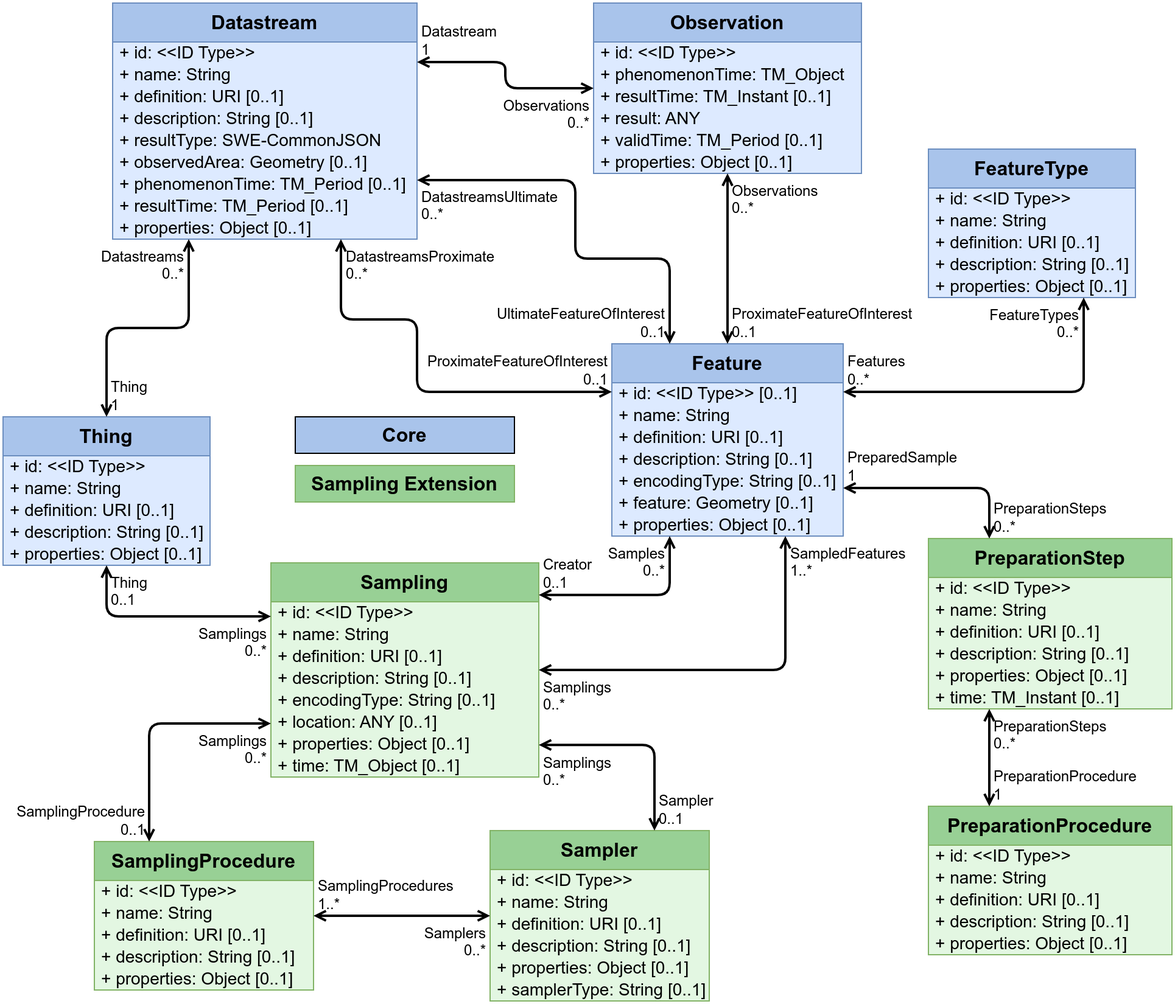
Earlier version of the draw.io export figures/Datamodel-SensorThingsApi-V2-Sampling.drawio.png (opengeospatial/sensorthings). Source tidied: cells renumbered, new cells last; positions are measured from the earlier drawing's top-left corner, leaving out a move shared by most shapes.
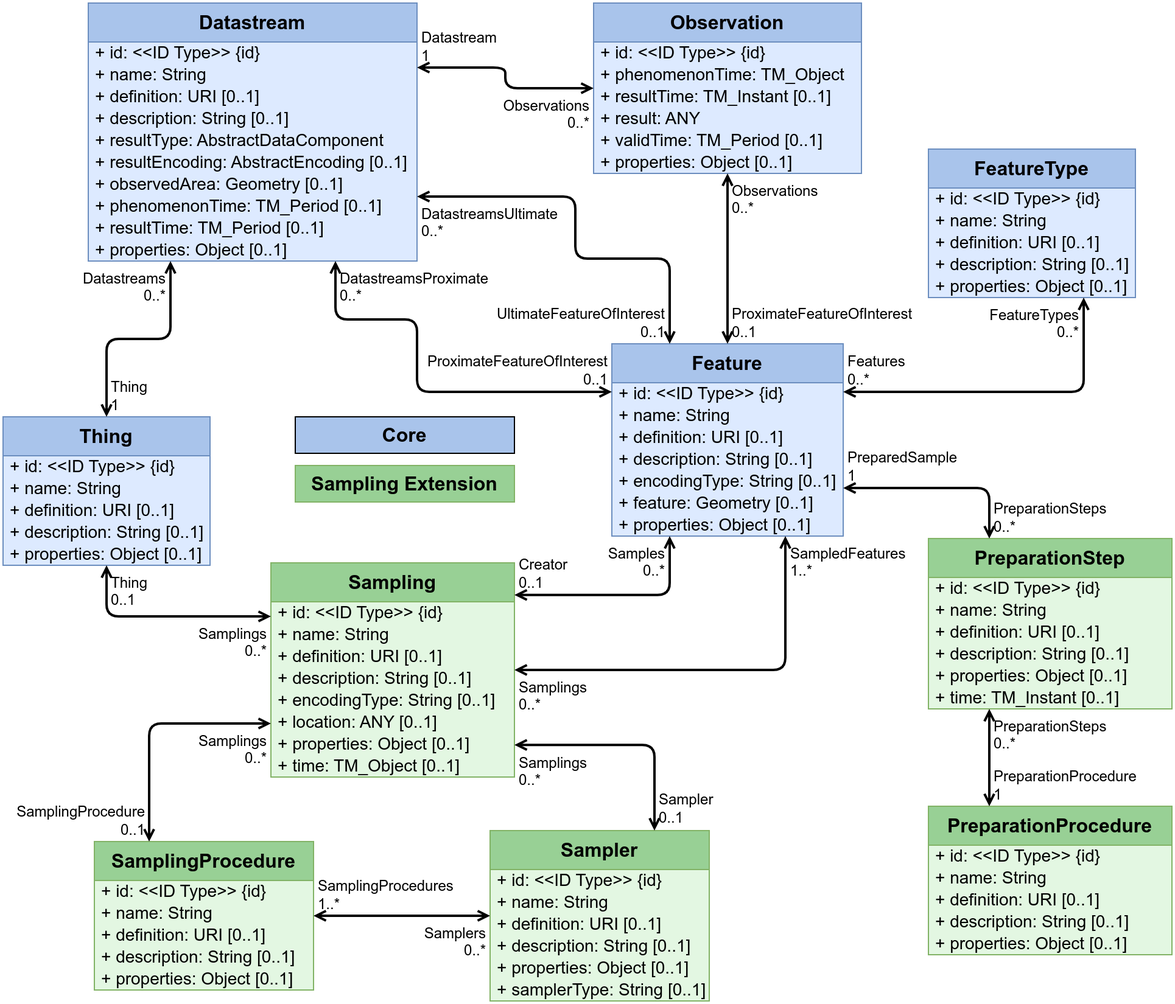
The same file after the commit.

Change to the diagram source:
```diff
@@ -5,7 +5,7 @@
     <mxCell id="2" value="Feature" style="swimlane;fontStyle=1;horizontal=1;startSize=32;fontSize=16;whiteSpace=wrap;html=1;fillColor=#A9C4EB;strokeColor=#6c8ebf;swimlaneFillColor=#DDEAFF;verticalAlign=top;" parent="1" vertex="1">
       <mxGeometry x="500" y="280" width="190" height="158" as="geometry" />
     </mxCell>
-    <mxCell id="3" value="+ id: &amp;lt;&amp;lt;ID Type&amp;gt;&amp;gt;&amp;nbsp;[0..1]" style="text;strokeColor=none;fillColor=none;align=left;verticalAlign=middle;spacingLeft=4;spacingRight=4;overflow=visible;html=1;fontSize=14;" parent="2" vertex="1">
+    <mxCell id="3" value="+ id: &amp;lt;&amp;lt;ID Type&amp;gt;&amp;gt;&amp;nbsp;{id}" style="text;strokeColor=none;fillColor=none;align=left;verticalAlign=middle;spacingLeft=4;spacingRight=4;overflow=visible;html=1;fontSize=14;" parent="2" vertex="1">
       <mxGeometry y="32" width="190" height="18" as="geometry" />
     </mxCell>
     <mxCell id="4" value="+ name: String" style="text;strokeColor=none;fillColor=none;align=left;verticalAlign=middle;spacingLeft=4;spacingRight=4;overflow=visible;html=1;fontSize=14;" parent="2" vertex="1">
@@ -29,7 +29,7 @@
     <mxCell id="10" value="FeatureType" style="swimlane;fontStyle=1;horizontal=1;startSize=32;fontSize=16;whiteSpace=wrap;html=1;fillColor=#A9C4EB;strokeColor=#6c8ebf;swimlaneFillColor=#DDEAFF;verticalAlign=top;" parent="1" vertex="1">
       <mxGeometry x="760" y="120" width="170" height="122" as="geometry" />
     </mxCell>
-    <mxCell id="11" value="+ id: &amp;lt;&amp;lt;ID Type&amp;gt;&amp;gt;" style="text;strokeColor=none;fillColor=none;align=left;verticalAlign=middle;spacingLeft=4;spacingRight=4;overflow=visible;html=1;fontSize=14;" parent="10" vertex="1">
+    <mxCell id="11" value="+ id: &amp;lt;&amp;lt;ID Type&amp;gt;&amp;gt;&amp;nbsp;{id}" style="text;strokeColor=none;fillColor=none;align=left;verticalAlign=middle;spacingLeft=4;spacingRight=4;overflow=visible;html=1;fontSize=14;" parent="10" vertex="1">
       <mxGeometry y="32" width="170" height="18" as="geometry" />
     </mxCell>
     <mxCell id="12" value="+ name: String" style="text;strokeColor=none;fillColor=none;align=left;verticalAlign=middle;spacingLeft=4;spacingRight=4;overflow=visible;html=1;fontSize=14;" parent="10" vertex="1">
@@ -56,7 +56,7 @@
     <mxCell id="19" value="PreparationProcedure" style="swimlane;fontStyle=1;horizontal=1;startSize=32;fontSize=16;whiteSpace=wrap;html=1;fillColor=#98D095;strokeColor=#82b366;swimlaneFillColor=#E3F7E2;" parent="1" vertex="1">
       <mxGeometry x="760" y="660" width="200" height="122" as="geometry" />
     </mxCell>
-    <mxCell id="20" value="+ id: &amp;lt;&amp;lt;ID Type&amp;gt;&amp;gt;" style="text;strokeColor=none;fillColor=none;align=left;verticalAlign=middle;spacingLeft=4;spacingRight=4;overflow=visible;html=1;fontSize=14;" parent="19" vertex="1">
+    <mxCell id="20" value="+ id: &amp;lt;&amp;lt;ID Type&amp;gt;&amp;gt;&amp;nbsp;{id}" style="text;strokeColor=none;fillColor=none;align=left;verticalAlign=middle;spacingLeft=4;spacingRight=4;overflow=visible;html=1;fontSize=14;" parent="19" vertex="1">
       <mxGeometry y="32" width="200" height="18" as="geometry" />
     </mxCell>
     <mxCell id="21" value="+ name: String" style="text;strokeColor=none;fillColor=none;align=left;verticalAlign=middle;spacingLeft=4;spacingRight=4;overflow=visible;html=1;fontSize=14;" parent="19" vertex="1">
@@ -74,7 +74,7 @@
     <mxCell id="25" value="PreparationStep" style="swimlane;fontStyle=1;horizontal=1;startSize=32;fontSize=16;whiteSpace=wrap;html=1;fillColor=#98D095;strokeColor=#82b366;swimlaneFillColor=#E3F7E2;" parent="1" vertex="1">
       <mxGeometry x="760" y="440" width="200" height="140" as="geometry" />
     </mxCell>
-    <mxCell id="26" value="+ id: &amp;lt;&amp;lt;ID Type&amp;gt;&amp;gt;" style="text;strokeColor=none;fillColor=none;align=left;verticalAlign=middle;spacingLeft=4;spacingRight=4;overflow=visible;html=1;fontSize=14;" parent="25" vertex="1">
+    <mxCell id="26" value="+ id: &amp;lt;&amp;lt;ID Type&amp;gt;&amp;gt;&amp;nbsp;{id}" style="text;strokeColor=none;fillColor=none;align=left;verticalAlign=middle;spacingLeft=4;spacingRight=4;overflow=visible;html=1;fontSize=14;" parent="25" vertex="1">
       <mxGeometry y="32" width="200" height="18" as="geometry" />
     </mxCell>
     <mxCell id="27" value="+ name: String" style="text;strokeColor=none;fillColor=none;align=left;verticalAlign=middle;spacingLeft=4;spacingRight=4;overflow=visible;html=1;fontSize=14;" parent="25" vertex="1">
@@ -113,7 +113,7 @@
     <mxCell id="38" value="Sampler" style="swimlane;fontStyle=1;horizontal=1;startSize=32;fontSize=16;whiteSpace=wrap;html=1;fillColor=#98D095;strokeColor=#82b366;swimlaneFillColor=#E3F7E2;" parent="1" vertex="1">
       <mxGeometry x="400" y="680" width="180" height="140" as="geometry" />
     </mxCell>
-    <mxCell id="39" value="+ id: &amp;lt;&amp;lt;ID Type&amp;gt;&amp;gt;" style="text;strokeColor=none;fillColor=none;align=left;verticalAlign=middle;spacingLeft=4;spacingRight=4;overflow=visible;html=1;fontSize=14;" parent="38" vertex="1">
+    <mxCell id="39" value="+ id: &amp;lt;&amp;lt;ID Type&amp;gt;&amp;gt;&amp;nbsp;{id}" style="text;strokeColor=none;fillColor=none;align=left;verticalAlign=middle;spacingLeft=4;spacingRight=4;overflow=visible;html=1;fontSize=14;" parent="38" vertex="1">
       <mxGeometry y="32" width="180" height="18" as="geometry" />
     </mxCell>
     <mxCell id="40" value="+ name: String" style="text;strokeColor=none;fillColor=none;align=left;verticalAlign=middle;spacingLeft=4;spacingRight=4;overflow=visible;html=1;fontSize=14;" parent="38" vertex="1">
@@ -132,31 +132,31 @@
       <mxGeometry y="122" width="180" height="18" as="geometry" />
     </mxCell>
     <mxCell id="45" value="Sampling" style="swimlane;fontStyle=1;horizontal=1;startSize=32;fontSize=16;whiteSpace=wrap;html=1;fillColor=#98D095;strokeColor=#82b366;swimlaneFillColor=#E3F7E2;points=[[0,0,0,0,0],[0,0.25,0,0,0],[0,0.5,0,0,0],[0,0.75,0,0,0],[0,1,0,0,0],[0.25,0,0,0,0],[0.25,1,0,0,0],[0.5,0,0,0,0],[0.5,1,0,0,0],[0.75,0,0,0,0],[0.75,1,0,0,0],[1,0,0,0,0],[1,0.15,0,0,0],[1,0.5,0,0,0],[1,0.85,0,0,0],[1,1,0,0,0]];" parent="1" vertex="1">
-      <mxGeometry x="220" y="460" width="220" height="176" as="geometry" />
+      <mxGeometry x="220" y="460" width="200" height="176" as="geometry" />
     </mxCell>
-    <mxCell id="46" value="+ id: &amp;lt;&amp;lt;ID Type&amp;gt;&amp;gt;" style="text;strokeColor=none;fillColor=none;align=left;verticalAlign=middle;spacingLeft=4;spacingRight=4;overflow=visible;html=1;fontSize=14;" parent="45" vertex="1">
-      <mxGeometry y="32" width="220" height="18" as="geometry" />
+    <mxCell id="46" value="+ id: &amp;lt;&amp;lt;ID Type&amp;gt;&amp;gt;&amp;nbsp;{id}" style="text;strokeColor=none;fillColor=none;align=left;verticalAlign=middle;spacingLeft=4;spacingRight=4;overflow=visible;html=1;fontSize=14;" parent="45" vertex="1">
+      <mxGeometry y="32" width="200" height="18" as="geometry" />
     </mxCell>
     <mxCell id="47" value="+ name: String" style="text;strokeColor=none;fillColor=none;align=left;verticalAlign=middle;spacingLeft=4;spacingRight=4;overflow=visible;html=1;fontSize=14;" parent="45" vertex="1">
-      <mxGeometry y="50" width="220" height="18" as="geometry" />
+      <mxGeometry y="50" width="200" height="18" as="geometry" />
     </mxCell>
     <mxCell id="48" value="+ definition: URI&amp;nbsp;[0..1]" style="text;strokeColor=none;fillColor=none;align=left;verticalAlign=middle;spacingLeft=4;spacingRight=4;overflow=visible;html=1;fontSize=14;" parent="45" vertex="1">
-      <mxGeometry y="68" width="220" height="18" as="geometry" />
+      <mxGeometry y="68" width="200" height="18" as="geometry" />
     </mxCell>
     <mxCell id="49" value="+ description: String&amp;nbsp;[0..1]" style="text;strokeColor=none;fillColor=none;align=left;verticalAlign=middle;spacingLeft=4;spacingRight=4;overflow=visible;html=1;fontSize=14;" parent="45" vertex="1">
-      <mxGeometry y="86" width="220" height="18" as="geometry" />
+      <mxGeometry y="86" width="200" height="18" as="geometry" />
     </mxCell>
     <mxCell id="50" value="+ encodingType: String&amp;nbsp;[0..1]" style="text;strokeColor=none;fillColor=none;align=left;verticalAlign=middle;spacingLeft=4;spacingRight=4;overflow=visible;html=1;fontSize=14;" parent="45" vertex="1">
-      <mxGeometry y="104" width="220" height="18" as="geometry" />
+      <mxGeometry y="104" width="200" height="18" as="geometry" />
     </mxCell>
     <mxCell id="51" value="+ location: ANY&amp;nbsp;[0..1]" style="text;strokeColor=none;fillColor=none;align=left;verticalAlign=middle;spacingLeft=4;spacingRight=4;overflow=visible;html=1;fontSize=14;" parent="45" vertex="1">
-      <mxGeometry y="122" width="220" height="18" as="geometry" />
+      <mxGeometry y="122" width="200" height="18" as="geometry" />
     </mxCell>
     <mxCell id="52" value="+ properties: Object&amp;nbsp;[0..1]" style="text;strokeColor=none;fillColor=none;align=left;verticalAlign=middle;spacingLeft=4;spacingRight=4;overflow=visible;html=1;fontSize=14;" parent="45" vertex="1">
-      <mxGeometry y="140" width="220" height="18" as="geometry" />
+      <mxGeometry y="140" width="200" height="18" as="geometry" />
     </mxCell>
     <mxCell id="53" value="+ time: TM_Object&amp;nbsp;[0..1]" style="text;strokeColor=none;fillColor=none;align=left;verticalAlign=middle;spacingLeft=4;spacingRight=4;overflow=visible;html=1;fontSize=14;" parent="45" vertex="1">
-      <mxGeometry y="158" width="220" height="18" as="geometry" />
+      <mxGeometry y="158" width="200" height="18" as="geometry" />
     </mxCell>
     <mxCell id="54" style="endArrow=open;startArrow=open;html=1;rounded=1;entryX=0.75;entryY=1;entryDx=0;entryDy=0;edgeStyle=orthogonalEdgeStyle;curved=0;exitX=1;exitY=0.5;exitDx=0;exitDy=0;exitPerimeter=0;strokeWidth=2;startFill=0;endFill=0;" parent="1" edge="1" source="45" target="2">
       <mxGeometry relative="1" as="geometry" />
@@ -188,7 +188,7 @@
     <mxCell id="63" value="SamplingProcedure" style="swimlane;fontStyle=1;horizontal=1;startSize=32;fontSize=16;whiteSpace=wrap;html=1;fillColor=#98D095;strokeColor=#82b366;swimlaneFillColor=#E3F7E2;" parent="1" vertex="1">
       <mxGeometry x="75" y="689" width="180" height="122" as="geometry" />
     </mxCell>
-    <mxCell id="64" value="+ id: &amp;lt;&amp;lt;ID Type&amp;gt;&amp;gt;" style="text;strokeColor=none;fillColor=none;align=left;verticalAlign=middle;spacingLeft=4;spacingRight=4;overflow=visible;html=1;fontSize=14;" parent="63" vertex="1">
+    <mxCell id="64" value="+ id: &amp;lt;&amp;lt;ID Type&amp;gt;&amp;gt;&amp;nbsp;{id}" style="text;strokeColor=none;fillColor=none;align=left;verticalAlign=middle;spacingLeft=4;spacingRight=4;overflow=visible;html=1;fontSize=14;" parent="63" vertex="1">
       <mxGeometry y="32" width="180" height="18" as="geometry" />
     </mxCell>
     <mxCell id="65" value="+ name: String" style="text;strokeColor=none;fillColor=none;align=left;verticalAlign=middle;spacingLeft=4;spacingRight=4;overflow=visible;html=1;fontSize=14;" parent="63" vertex="1">
@@ -224,7 +224,7 @@
     <mxCell id="75" value="Thing" style="swimlane;fontStyle=1;horizontal=1;startSize=32;fontSize=16;whiteSpace=wrap;html=1;fillColor=#A9C4EB;strokeColor=#6c8ebf;swimlaneFillColor=#DDEAFF;verticalAlign=top;" parent="1" vertex="1">
       <mxGeometry y="340" width="170" height="122" as="geometry" />
     </mxCell>
-    <mxCell id="76" value="+ id: &amp;lt;&amp;lt;ID Type&amp;gt;&amp;gt;" style="text;strokeColor=none;fillColor=none;align=left;verticalAlign=middle;spacingLeft=4;spacingRight=4;overflow=visible;html=1;fontSize=14;" parent="75" vertex="1">
+    <mxCell id="76" value="+ id: &amp;lt;&amp;lt;ID Type&amp;gt;&amp;gt;&amp;nbsp;{id}" style="text;strokeColor=none;fillColor=none;align=left;verticalAlign=middle;spacingLeft=4;spacingRight=4;overflow=visible;html=1;fontSize=14;" parent="75" vertex="1">
       <mxGeometry y="32" width="170" height="18" as="geometry" />
     </mxCell>
     <mxCell id="77" value="+ name: String" style="text;strokeColor=none;fillColor=none;align=left;verticalAlign=middle;spacingLeft=4;spacingRight=4;overflow=visible;html=1;fontSize=14;" parent="75" vertex="1">
@@ -255,41 +255,44 @@
       <mxGeometry x="240" y="380" width="180" height="30" as="geometry" />
     </mxCell>
     <mxCell id="86" value="Datastream" style="swimlane;fontStyle=1;horizontal=1;startSize=32;fontSize=16;whiteSpace=wrap;html=1;fillColor=#A9C4EB;strokeColor=#6c8ebf;swimlaneFillColor=#DDEAFF;verticalAlign=top;" parent="1" vertex="1">
-      <mxGeometry x="90" width="250" height="194" as="geometry" />
+      <mxGeometry x="70" width="270" height="212" as="geometry" />
     </mxCell>
-    <mxCell id="87" value="+ id: &amp;lt;&amp;lt;ID Type&amp;gt;&amp;gt;" style="text;strokeColor=none;fillColor=none;align=left;verticalAlign=middle;spacingLeft=4;spacingRight=4;overflow=visible;html=1;fontSize=14;" parent="86" vertex="1">
-      <mxGeometry y="32" width="250" height="18" as="geometry" />
+    <mxCell id="87" value="+ id: &amp;lt;&amp;lt;ID Type&amp;gt;&amp;gt; {id}" style="text;strokeColor=none;fillColor=none;align=left;verticalAlign=middle;spacingLeft=4;spacingRight=4;overflow=visible;html=1;fontSize=14;" parent="86" vertex="1">
+      <mxGeometry y="32" width="270" height="18" as="geometry" />
     </mxCell>
     <mxCell id="88" value="+ name: String" style="text;strokeColor=none;fillColor=none;align=left;verticalAlign=middle;spacingLeft=4;spacingRight=4;overflow=visible;html=1;fontSize=14;" parent="86" vertex="1">
-      <mxGeometry y="50" width="250" height="18" as="geometry" />
+      <mxGeometry y="50" width="270" height="18" as="geometry" />
     </mxCell>
     <mxCell id="89" value="+ definition: URI&amp;nbsp;[0..1]" style="text;strokeColor=none;fillColor=none;align=left;verticalAlign=middle;spacingLeft=4;spacingRight=4;overflow=visible;html=1;fontSize=14;" parent="86" vertex="1">
-      <mxGeometry y="68" width="250" height="18" as="geometry" />
+      <mxGeometry y="68" width="270" height="18" as="geometry" />
     </mxCell>
     <mxCell id="90" value="+ description: String&amp;nbsp;[0..1]" style="text;strokeColor=none;fillColor=none;align=left;verticalAlign=middle;spacingLeft=4;spacingRight=4;overflow=visible;html=1;fontSize=14;" parent="86" vertex="1">
-      <mxGeometry y="86" width="250" height="18" as="geometry" />
+      <mxGeometry y="86" width="270" height="18" as="geometry" />
     </mxCell>
-    <mxCell id="91" value="+ resultType: SWE-CommonJSON" style="text;strokeColor=none;fillColor=none;align=left;verticalAlign=middle;spacingLeft=4;spacingRight=4;overflow=visible;html=1;fontSize=14;" parent="86" vertex="1">
-      <mxGeometry y="104" width="250" height="18" as="geometry" />
+    <mxCell id="91" value="+ resultType: AbstractDataComponent" style="text;strokeColor=none;fillColor=none;align=left;verticalAlign=middle;spacingLeft=4;spacingRight=4;overflow=visible;html=1;fontSize=14;" parent="86" vertex="1">
+      <mxGeometry y="104" width="270" height="18" as="geometry" />
     </mxCell>
+    <mxCell id="118" value="+ resultEncoding: AbstractEncoding [0..1]" style="text;strokeColor=none;fillColor=none;align=left;verticalAlign=middle;spacingLeft=4;spacingRight=4;overflow=visible;html=1;fontSize=14;" parent="86" vertex="1">
+      <mxGeometry y="122" width="270" height="18" as="geometry" />
+    </mxCell>
     <mxCell id="92" value="+ observedArea: Geometry&amp;nbsp;[0..1]" style="text;strokeColor=none;fillColor=none;align=left;verticalAlign=middle;spacingLeft=4;spacingRight=4;overflow=visible;html=1;fontSize=14;" parent="86" vertex="1">
-      <mxGeometry y="122" width="250" height="18" as="geometry" />
+      <mxGeometry y="140" width="270" height="18" as="geometry" />
     </mxCell>
     <mxCell id="93" value="+ phenomenonTime:&amp;nbsp;TM_Period&amp;nbsp;[0..1]" style="text;strokeColor=none;fillColor=none;align=left;verticalAlign=middle;spacingLeft=4;spacingRight=4;overflow=visible;html=1;fontSize=14;" parent="86" vertex="1">
-      <mxGeometry y="140" width="250" height="18" as="geometry" />
+      <mxGeometry y="158" width="270" height="18" as="geometry" />
     </mxCell>
     <mxCell id="94" value="+ resultTime:&amp;nbsp;TM_Period&amp;nbsp;[0..1]" style="text;strokeColor=none;fillColor=none;align=left;verticalAlign=middle;spacingLeft=4;spacingRight=4;overflow=visible;html=1;fontSize=14;" parent="86" vertex="1">
-      <mxGeometry y="158" width="250" height="18" as="geometry" />
+      <mxGeometry y="176" width="270" height="18" as="geometry" />
     </mxCell>
     <mxCell id="95" value="+ properties: Object&amp;nbsp;[0..1]" style="text;strokeColor=none;fillColor=none;align=left;verticalAlign=middle;spacingLeft=4;spacingRight=4;overflow=visible;html=1;fontSize=14;" parent="86" vertex="1">
-      <mxGeometry y="176" width="250" height="18" as="geometry" />
+      <mxGeometry y="194" width="270" height="18" as="geometry" />
     </mxCell>
     <mxCell id="96" style="endArrow=open;startArrow=open;html=1;rounded=1;exitX=0.25;exitY=0;exitDx=0;exitDy=0;edgeStyle=orthogonalEdgeStyle;entryX=1;entryY=0.75;entryDx=0;entryDy=0;curved=0;strokeWidth=2;startFill=0;endFill=0;" parent="1" edge="1" source="2" target="86">
       <mxGeometry relative="1" as="geometry">
         <Array as="points">
           <mxPoint x="548" y="210" />
           <mxPoint x="470" y="210" />
-          <mxPoint x="470" y="146" />
+          <mxPoint x="470" y="159" />
         </Array>
       </mxGeometry>
     </mxCell>
@@ -302,7 +305,7 @@
     <mxCell id="99" value="Observation" style="swimlane;fontStyle=1;horizontal=1;startSize=32;fontSize=16;whiteSpace=wrap;html=1;fillColor=#A9C4EB;strokeColor=#6c8ebf;swimlaneFillColor=#DDEAFF;verticalAlign=top;" parent="1" vertex="1">
       <mxGeometry x="485" width="220" height="140" as="geometry" />
     </mxCell>
-    <mxCell id="100" value="+ id: &amp;lt;&amp;lt;ID Type&amp;gt;&amp;gt;" style="text;strokeColor=none;fillColor=none;align=left;verticalAlign=middle;spacingLeft=4;spacingRight=4;overflow=visible;html=1;fontSize=14;" parent="99" vertex="1">
+    <mxCell id="100" value="+ id: &amp;lt;&amp;lt;ID Type&amp;gt;&amp;gt;&amp;nbsp;{id}" style="text;strokeColor=none;fillColor=none;align=left;verticalAlign=middle;spacingLeft=4;spacingRight=4;overflow=visible;html=1;fontSize=14;" parent="99" vertex="1">
       <mxGeometry y="32" width="220" height="18" as="geometry" />
     </mxCell>
     <mxCell id="101" value="+&amp;nbsp;phenomenonTime: TM_Object" style="text;strokeColor=none;fillColor=none;align=left;verticalAlign=middle;spacingLeft=4;spacingRight=4;overflow=visible;html=1;fontSize=14;" parent="99" vertex="1">
@@ -350,9 +353,10 @@
     <mxCell id="115" style="endArrow=open;startArrow=open;html=1;rounded=1;exitX=0;exitY=0.25;exitDx=0;exitDy=0;edgeStyle=orthogonalEdgeStyle;entryX=0.75;entryY=1;entryDx=0;entryDy=0;curved=0;strokeWidth=2;startFill=0;endFill=0;" parent="1" edge="1" source="2" target="86">
       <mxGeometry relative="1" as="geometry">
         <Array as="points">
-          <mxPoint x="340" y="320" />
+          <mxPoint x="340" y="319" />
           <mxPoint x="340" y="260" />
-          <mxPoint x="278" y="260" />
+          <mxPoint x="273" y="260" />
+          <mxPoint x="273" y="212" />
         </Array>
       </mxGeometry>
     </mxCell>
```
